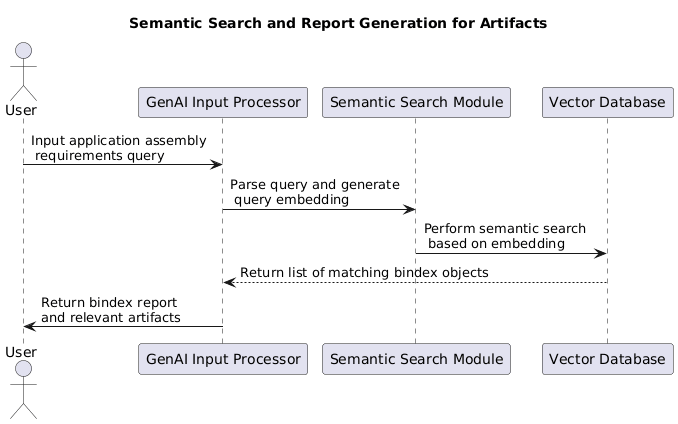
Before: src/site/resources/images/search-bindex.png, a diagram exported from PlantUML (machanism-org/machai). Its diagram source:
```plantuml
@startuml
title Semantic Search and Report Generation for Artifacts

actor User as U
participant "GenAI Input Processor" as GIP
participant "Semantic Search Module" as SSM
participant "Vector Database" as VDB

U -> GIP : Input application assembly\n requirements query
GIP -> SSM : Parse query and generate\n query embedding
SSM -> VDB : Perform semantic search \n based on embedding
VDB --> GIP: Return list of matching bindex objects
GIP-> U : Return bindex report \nand relevant artifacts
@enduml
```
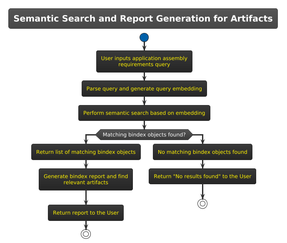
The same diagram one commit later.

Change to the diagram source:
```diff
@@ -1,14 +1,20 @@
 @startuml
+!theme black-knight
 title Semantic Search and Report Generation for Artifacts
 
-actor User as U
-participant "GenAI Input Processor" as GIP
-participant "Semantic Search Module" as SSM
-participant "Vector Database" as VDB
+start
+:User inputs application assembly\nrequirements query;
+:Parse query and generate query embedding;
+:Perform semantic search based on embedding;
 
-U -> GIP : Input application assembly\n requirements query
-GIP -> SSM : Parse query and generate\n query embedding
-SSM -> VDB : Perform semantic search \n based on embedding
-VDB --> GIP: Return list of matching bindex objects
-GIP-> U : Return bindex report \nand relevant artifacts
+if (Matching bindex objects found?) then (Yes)
+  :Return list of matching bindex objects;
+  :Generate bindex report and find\nrelevant artifacts;
+  :Return report to the User;
+  stop
+else (No)
+  :No matching bindex objects found;
+  :Return "No results found" to the User;
+  stop
+endif
 @enduml
```
